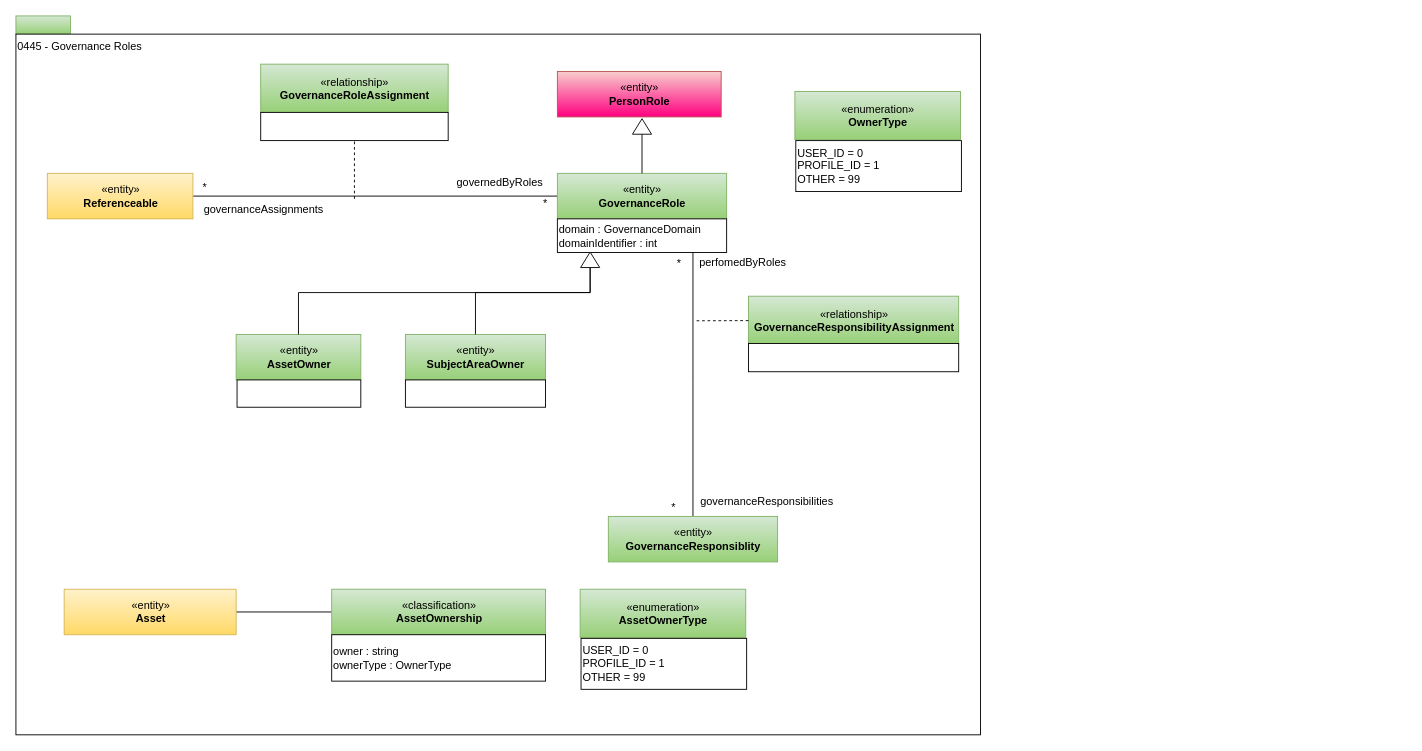
Above: page "0445-Governance-Roles" (17 of 28) of open-metadata-publication/website/open-metadata-types/area-4-governance.drawio in odpi/egeria (draw.io), before the change. Source tidied: cells renumbered, new cells numbered last; positions are measured from the earlier drawing's top-left corner, leaving out a move shared by most shapes. Both pictures are drawn from the tidied source at 91%, with x=0, y=0 at pixel (15, 15).
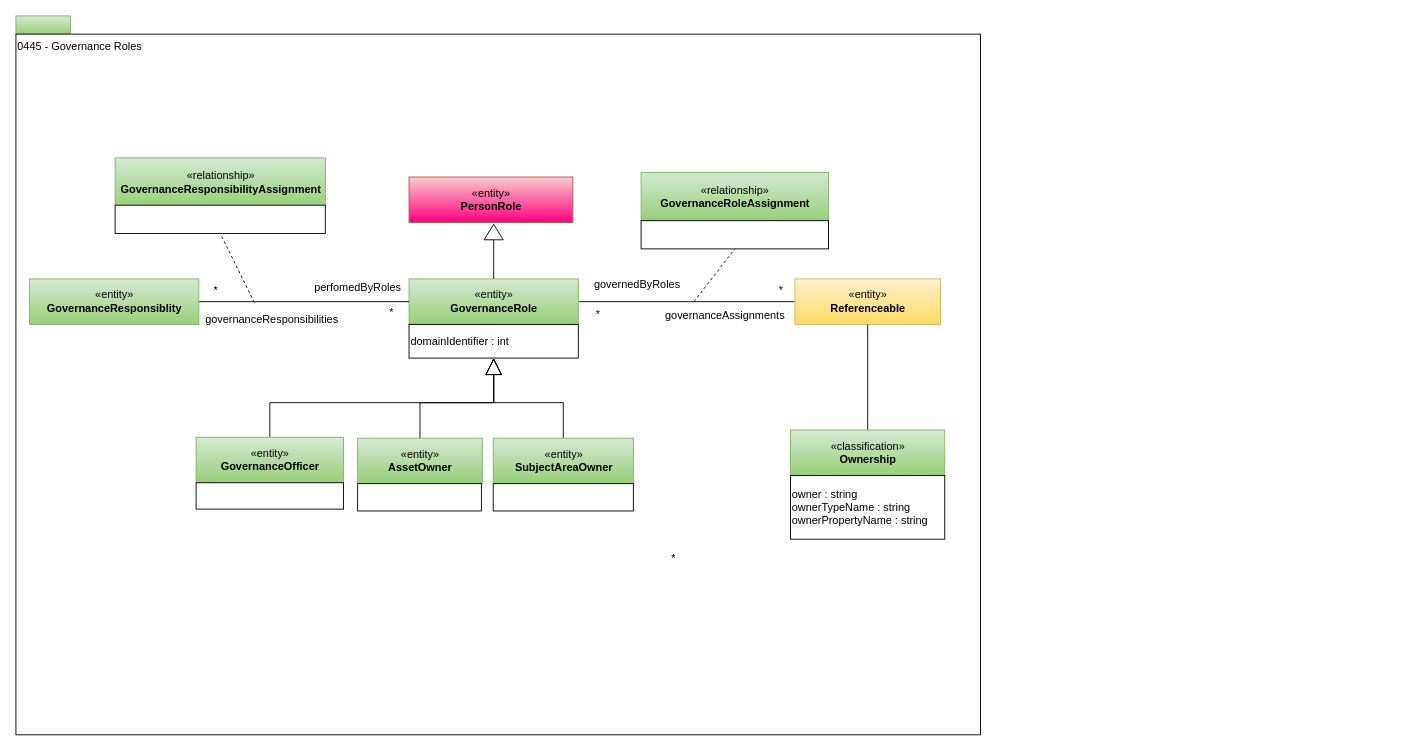
The same page after the edit.

Change to the diagram source:
```diff
@@
-    <mxCell id="4" style="edgeStyle=orthogonalEdgeStyle;rounded=0;html=1;exitX=1;exitY=0.5;entryX=0;entryY=0.5;jettySize=auto;endArrow=none;endFill=0;" parent="1" edge="1" source="5" target="6">
+    <mxCell id="4" style="edgeStyle=orthogonalEdgeStyle;rounded=0;html=1;entryX=1;entryY=0.5;jettySize=auto;endArrow=none;endFill=0;entryDx=0;entryDy=0;" parent="1" edge="1" source="5" target="6">
       <mxGeometry relative="1" as="geometry" />
     </mxCell>
     <mxCell id="5" value="«entity»&lt;br&gt;&lt;b&gt;Referenceable&lt;/b&gt;" style="html=1;strokeColor=#d6b656;align=center;fillColor=#fff2cc;gradientColor=#ffd966;" parent="1" vertex="1">
-      <mxGeometry x="34.5" y="173" width="160" height="50" as="geometry" />
+      <mxGeometry x="856" y="289" width="160" height="50" as="geometry" />
     </mxCell>
     <mxCell id="6" value="«entity»&lt;br&gt;&lt;b&gt;GovernanceRole&lt;/b&gt;" style="html=1;strokeColor=#82b366;align=center;fillColor=#d5e8d4;gradientColor=#97d077;" parent="1" vertex="1">
-      <mxGeometry x="595" y="173" width="186" height="50" as="geometry" />
+      <mxGeometry x="432" y="289" width="186" height="50" as="geometry" />
     </mxCell>
     <mxCell id="7" value="*" style="text;html=1;strokeColor=none;fillColor=none;align=center;verticalAlign=middle;whiteSpace=wrap;rounded=0;" parent="1" vertex="1">
-      <mxGeometry x="569" y="198" width="26" height="18" as="geometry" />
+      <mxGeometry x="400" y="317" width="26" height="18" as="geometry" />
     </mxCell>
     <mxCell id="8" value="«relationship»&lt;br&gt;&lt;b&gt;GovernanceRoleAssignment&lt;/b&gt;" style="html=1;strokeColor=#82b366;align=center;fillColor=#d5e8d4;gradientColor=#97d077;" parent="1" vertex="1">
-      <mxGeometry x="269" y="53" width="206" height="53" as="geometry" />
+      <mxGeometry x="687" y="172" width="206" height="53" as="geometry" />
     </mxCell>
-    <mxCell id="9" style="endArrow=none;dashed=1;html=1;" parent="1" edge="1" target="8">
+    <mxCell id="9" style="endArrow=none;dashed=1;html=1;entryX=0.5;entryY=1;entryDx=0;entryDy=0;" parent="1" edge="1" target="10">
       <mxGeometry relative="1" as="geometry">
-        <mxPoint x="372" y="201" as="sourcePoint" />
+        <mxPoint x="745" y="314" as="sourcePoint" />
       </mxGeometry>
     </mxCell>
     <mxCell id="10" style="rounded=0;whiteSpace=wrap;html=1;strokeColor=#000000;gradientColor=#ffffff;align=left;" parent="1" vertex="1">
-      <mxGeometry x="269" y="106" width="206" height="31" as="geometry" />
+      <mxGeometry x="687" y="225" width="206" height="31" as="geometry" />
     </mxCell>
     <mxCell id="11" value="governedByRoles" style="text;html=1;strokeColor=none;fillColor=none;align=center;verticalAlign=middle;whiteSpace=wrap;rounded=0;" parent="1" vertex="1">
-      <mxGeometry x="469" y="173" width="126" height="20" as="geometry" />
+      <mxGeometry x="620" y="286" width="126" height="20" as="geometry" />
     </mxCell>
     <mxCell id="12" value="governanceAssignments" style="text;html=1;strokeColor=none;fillColor=none;align=center;verticalAlign=middle;whiteSpace=wrap;rounded=0;" parent="1" vertex="1">
-      <mxGeometry x="204.5" y="203" width="135" height="20" as="geometry" />
+      <mxGeometry x="712" y="319" width="135" height="20" as="geometry" />
     </mxCell>
     <mxCell id="13" value="*" style="text;html=1;strokeColor=none;fillColor=none;align=center;verticalAlign=middle;whiteSpace=wrap;rounded=0;" parent="1" vertex="1">
-      <mxGeometry x="194.5" y="180" width="26" height="18" as="geometry" />
+      <mxGeometry x="828" y="293" width="26" height="18" as="geometry" />
     </mxCell>
     <mxCell id="14" value="«entity»&lt;br&gt;&lt;b&gt;PersonRole&lt;/b&gt;" style="html=1;strokeColor=#b85450;align=center;fillColor=#f8cecc;gradientColor=#FF0080;" parent="1" vertex="1">
-      <mxGeometry x="595" y="61" width="180" height="50" as="geometry" />
+      <mxGeometry x="432" y="177" width="180" height="50" as="geometry" />
     </mxCell>
@@
     <mxCell id="16" style="triangle;whiteSpace=wrap;html=1;strokeColor=#000000;gradientColor=#ffffff;align=center;rotation=-90;" parent="1" vertex="1">
-      <mxGeometry x="679.5" y="111" width="17" height="21" as="geometry" />
+      <mxGeometry x="516.5" y="227" width="17" height="21" as="geometry" />
     </mxCell>
-    <mxCell id="17" style="edgeStyle=orthogonalEdgeStyle;rounded=0;html=1;jettySize=auto;endArrow=none;endFill=0;" parent="1" edge="1" source="26">
-      <mxGeometry relative="1" as="geometry">
-        <mxPoint x="744" y="254" as="targetPoint" />
-      </mxGeometry>
+    <mxCell id="17" style="edgeStyle=orthogonalEdgeStyle;rounded=0;html=1;jettySize=auto;endArrow=none;endFill=0;entryX=0;entryY=0.5;entryDx=0;entryDy=0;" parent="1" edge="1" source="26" target="6">
+      <mxGeometry relative="1" as="geometry" />
     </mxCell>
     <mxCell id="18" value="*" style="text;html=1;strokeColor=none;fillColor=none;align=center;verticalAlign=middle;whiteSpace=wrap;rounded=0;" parent="1" vertex="1">
-      <mxGeometry x="715.5" y="263" width="26" height="18" as="geometry" />
+      <mxGeometry x="207" y="293" width="26" height="18" as="geometry" />
     </mxCell>
     <mxCell id="19" value="«relationship»&lt;br&gt;&lt;b&gt;GovernanceResponsibilityAssignment&lt;/b&gt;" style="html=1;strokeColor=#82b366;align=center;fillColor=#d5e8d4;gradientColor=#97d077;" parent="1" vertex="1">
-      <mxGeometry x="805" y="308" width="231" height="53" as="geometry" />
+      <mxGeometry x="109" y="156" width="231" height="53" as="geometry" />
     </mxCell>
-    <mxCell id="20" style="endArrow=none;dashed=1;html=1;" parent="1" edge="1" target="19">
+    <mxCell id="20" style="endArrow=none;dashed=1;html=1;entryX=0.5;entryY=1;entryDx=0;entryDy=0;" parent="1" edge="1" target="21">
       <mxGeometry relative="1" as="geometry">
-        <mxPoint x="748" y="335" as="sourcePoint" />
+        <mxPoint x="262" y="315" as="sourcePoint" />
       </mxGeometry>
     </mxCell>
     <mxCell id="21" style="rounded=0;whiteSpace=wrap;html=1;strokeColor=#000000;gradientColor=#ffffff;align=left;" parent="1" vertex="1">
-      <mxGeometry x="805" y="360" width="231" height="31" as="geometry" />
+      <mxGeometry x="109" y="208" width="231" height="31" as="geometry" />
     </mxCell>
     <mxCell id="22" value="perfomedByRoles" style="text;html=1;strokeColor=none;fillColor=none;align=center;verticalAlign=middle;whiteSpace=wrap;rounded=0;" parent="1" vertex="1">
-      <mxGeometry x="736" y="261" width="126" height="20" as="geometry" />
+      <mxGeometry x="313" y="289" width="126" height="20" as="geometry" />
     </mxCell>
     <mxCell id="23" value="governanceResponsibilities" style="text;html=1;strokeColor=none;fillColor=none;align=center;verticalAlign=middle;whiteSpace=wrap;rounded=0;" parent="1" vertex="1">
-      <mxGeometry x="758" y="524" width="135" height="20" as="geometry" />
+      <mxGeometry x="214" y="324" width="135" height="20" as="geometry" />
     </mxCell>
     <mxCell id="24" value="*" style="text;html=1;strokeColor=none;fillColor=none;align=center;verticalAlign=middle;whiteSpace=wrap;rounded=0;" parent="1" vertex="1">
-      <mxGeometry x="709.5" y="532" width="26" height="18" as="geometry" />
+      <mxGeometry x="710" y="588" width="26" height="18" as="geometry" />
     </mxCell>
-    <mxCell id="25" value="domain : GovernanceDomain&lt;br&gt;domainIdentifier : int" style="rounded=0;whiteSpace=wrap;html=1;strokeColor=#000000;gradientColor=#ffffff;align=left;" parent="1" vertex="1">
-      <mxGeometry x="595" y="223" width="186" height="37" as="geometry" />
+    <mxCell id="25" value="domainIdentifier : int" style="rounded=0;whiteSpace=wrap;html=1;strokeColor=#000000;gradientColor=#ffffff;align=left;" parent="1" vertex="1">
+      <mxGeometry x="432" y="339" width="186" height="37" as="geometry" />
     </mxCell>
     <mxCell id="26" value="«entity»&lt;br&gt;&lt;b&gt;GovernanceResponsiblity&lt;/b&gt;" style="html=1;strokeColor=#82b366;align=center;fillColor=#d5e8d4;gradientColor=#97d077;" parent="1" vertex="1">
-      <mxGeometry x="651" y="550" width="186" height="50" as="geometry" />
+      <mxGeometry x="15" y="289" width="186" height="50" as="geometry" />
     </mxCell>
+    <mxCell id="42" style="edgeStyle=orthogonalEdgeStyle;rounded=0;jettySize=auto;html=1;endArrow=block;endFill=0;endSize=16;" parent="1" edge="1" source="27" target="25">
+      <mxGeometry relative="1" as="geometry">
+        <Array as="points">
+          <mxPoint x="602" y="425" />
+          <mxPoint x="525" y="425" />
+        </Array>
+      </mxGeometry>
+    </mxCell>
     <mxCell id="27" value="«entity»&lt;br&gt;&lt;b&gt;SubjectAreaOwner&lt;/b&gt;" style="html=1;strokeColor=#82b366;align=center;fillColor=#d5e8d4;gradientColor=#97d077;" parent="1" vertex="1">
-      <mxGeometry x="428" y="350" width="154" height="50" as="geometry" />
+      <mxGeometry x="524.5" y="464" width="154" height="50" as="geometry" />
     </mxCell>
     <mxCell id="28" style="rounded=0;whiteSpace=wrap;html=1;align=left;" parent="1" vertex="1">
-      <mxGeometry x="428" y="400" width="154" height="30" as="geometry" />
+      <mxGeometry x="524.5" y="514" width="154" height="30" as="geometry" />
     </mxCell>
-    <mxCell id="29" style="edgeStyle=orthogonalEdgeStyle;rounded=0;html=1;exitX=0;exitY=0.5;entryX=0.5;entryY=0;jettySize=auto;endArrow=none;endFill=0;" parent="1" edge="1" source="30" target="27">
-      <mxGeometry relative="1" as="geometry">
-        <Array as="points">
-          <mxPoint x="631" y="304" />
-          <mxPoint x="505" y="304" />
-        </Array>
-      </mxGeometry>
-    </mxCell>
-    <mxCell id="30" style="triangle;whiteSpace=wrap;html=1;strokeColor=#000000;gradientColor=#ffffff;align=center;rotation=-90;" parent="1" vertex="1">
-      <mxGeometry x="622.5" y="257.5" width="17" height="21" as="geometry" />
-    </mxCell>
-    <mxCell id="31" style="edgeStyle=orthogonalEdgeStyle;rounded=0;jettySize=auto;html=1;exitX=0;exitY=0.5;exitDx=0;exitDy=0;endArrow=none;endFill=0;" parent="1" edge="1" source="32" target="33">
-      <mxGeometry relative="1" as="geometry" />
-    </mxCell>
-    <mxCell id="32" value="«classification»&lt;br&gt;&lt;b&gt;AssetOwnership&lt;/b&gt;" style="html=1;strokeColor=#82b366;align=center;fillColor=#d5e8d4;gradientColor=#97d077;" parent="1" vertex="1">
-      <mxGeometry x="347" y="630" width="235" height="50" as="geometry" />
-    </mxCell>
-    <mxCell id="33" value="«entity»&lt;br&gt;&lt;b&gt;Asset&lt;/b&gt;" style="html=1;strokeColor=#d6b656;align=center;fillColor=#fff2cc;gradientColor=#ffd966;" parent="1" vertex="1">
-      <mxGeometry x="53" y="630" width="189" height="50" as="geometry" />
-    </mxCell>
-    <mxCell id="34" value="owner : string&lt;br&gt;ownerType : OwnerType&lt;br&gt;&lt;div style=&quot;text-align: left&quot;&gt;&lt;/div&gt;" style="rounded=0;whiteSpace=wrap;html=1;strokeColor=#000000;gradientColor=#ffffff;align=left;" parent="1" vertex="1">
-      <mxGeometry x="347" y="680" width="235" height="51" as="geometry" />
-    </mxCell>
-    <mxCell id="35" value="«enumeration»&lt;br&gt;&lt;b&gt;OwnerType&lt;/b&gt;" style="html=1;strokeColor=#82b366;align=center;fillColor=#d5e8d4;gradientColor=#97d077;" parent="1" vertex="1">
-      <mxGeometry x="856" y="83" width="182" height="53" as="geometry" />
-    </mxCell>
-    <mxCell id="36" value="USER_ID = 0&lt;br&gt;PROFILE_ID = 1&lt;br&gt;OTHER = 99&lt;br&gt;" style="rounded=0;whiteSpace=wrap;html=1;strokeColor=#000000;gradientColor=#ffffff;align=left;" parent="1" vertex="1">
-      <mxGeometry x="857" y="137" width="182" height="56" as="geometry" />
-    </mxCell>
+    <mxCell id="43" style="edgeStyle=orthogonalEdgeStyle;rounded=0;jettySize=auto;html=1;exitX=0.5;exitY=0;exitDx=0;exitDy=0;entryX=0.5;entryY=1;entryDx=0;entryDy=0;endArrow=block;endFill=0;endSize=16;" parent="1" edge="1" source="37" target="25">
+      <mxGeometry relative="1" as="geometry" />
+    </mxCell>
     <mxCell id="37" value="«entity»&lt;br&gt;&lt;b&gt;AssetOwner&lt;/b&gt;" style="html=1;strokeColor=#82b366;align=center;fillColor=#d5e8d4;gradientColor=#97d077;" parent="1" vertex="1">
-      <mxGeometry x="242" y="350" width="137" height="50" as="geometry" />
+      <mxGeometry x="375.5" y="464" width="137" height="50" as="geometry" />
     </mxCell>
     <mxCell id="38" style="rounded=0;whiteSpace=wrap;html=1;align=left;" parent="1" vertex="1">
-      <mxGeometry x="243" y="400" width="136" height="30" as="geometry" />
+      <mxGeometry x="375.5" y="514" width="136" height="30" as="geometry" />
     </mxCell>
-    <mxCell id="39" style="edgeStyle=orthogonalEdgeStyle;rounded=0;html=1;exitX=0;exitY=0.5;entryX=0.5;entryY=0;jettySize=auto;endArrow=none;endFill=0;exitDx=0;exitDy=0;" parent="1" edge="1" source="30" target="37">
-      <mxGeometry relative="1" as="geometry">
-        <Array as="points">
-          <mxPoint x="631" y="304" />
-          <mxPoint x="311" y="304" />
-        </Array>
-      </mxGeometry>
-    </mxCell>
-    <mxCell id="40" value="«enumeration»&lt;br&gt;&lt;b&gt;AssetOwnerType&lt;/b&gt;" style="html=1;strokeColor=#82b366;align=center;fillColor=#d5e8d4;gradientColor=#97d077;" parent="1" vertex="1">
-      <mxGeometry x="620" y="630" width="182" height="53" as="geometry" />
-    </mxCell>
-    <mxCell id="41" value="USER_ID = 0&lt;br&gt;PROFILE_ID = 1&lt;br&gt;OTHER = 99&lt;br&gt;" style="rounded=0;whiteSpace=wrap;html=1;strokeColor=#000000;gradientColor=#ffffff;align=left;" parent="1" vertex="1">
-      <mxGeometry x="621" y="684" width="182" height="56" as="geometry" />
-    </mxCell>
+    <mxCell id="44" style="edgeStyle=orthogonalEdgeStyle;rounded=0;jettySize=auto;html=1;endArrow=none;endFill=0;entryX=0.5;entryY=1;entryDx=0;entryDy=0;" parent="1" edge="1" source="45" target="5">
+      <mxGeometry relative="1" as="geometry" />
+    </mxCell>
+    <mxCell id="45" value="«classification»&lt;br&gt;&lt;b&gt;Ownership&lt;/b&gt;" style="html=1;strokeColor=#82b366;align=center;fillColor=#d5e8d4;gradientColor=#97d077;" parent="1" vertex="1">
+      <mxGeometry x="851.2" y="455" width="169.5" height="50" as="geometry" />
+    </mxCell>
+    <mxCell id="46" value="owner : string&lt;br&gt;ownerTypeName : string&lt;br&gt;ownerPropertyName : string&lt;br&gt;&lt;div style=&quot;text-align: left&quot;&gt;&lt;/div&gt;" style="rounded=0;whiteSpace=wrap;html=1;strokeColor=#000000;gradientColor=#ffffff;align=left;" parent="1" vertex="1">
+      <mxGeometry x="851.2" y="505" width="169.5" height="70" as="geometry" />
+    </mxCell>
+    <mxCell id="47" style="edgeStyle=orthogonalEdgeStyle;rounded=0;orthogonalLoop=1;jettySize=auto;html=1;exitX=0.5;exitY=1;exitDx=0;exitDy=0;" parent="1" edge="1">
+      <mxGeometry relative="1" as="geometry">
+        <mxPoint x="1519.5" y="468" as="sourcePoint" />
+        <mxPoint x="1519.5" y="468" as="targetPoint" />
+      </mxGeometry>
+    </mxCell>
+    <mxCell id="48" value="*" style="text;html=1;strokeColor=none;fillColor=none;align=center;verticalAlign=middle;whiteSpace=wrap;rounded=0;" parent="1" vertex="1">
+      <mxGeometry x="627" y="319" width="26" height="18" as="geometry" />
+    </mxCell>
+    <mxCell id="49" style="edgeStyle=orthogonalEdgeStyle;rounded=0;jettySize=auto;html=1;endArrow=block;endFill=0;endSize=16;exitX=0.5;exitY=0;exitDx=0;exitDy=0;" parent="1" edge="1" source="50" target="25">
+      <mxGeometry relative="1" as="geometry">
+        <Array as="points">
+          <mxPoint x="279" y="425" />
+          <mxPoint x="525" y="425" />
+        </Array>
+      </mxGeometry>
+    </mxCell>
+    <mxCell id="50" value="«entity»&lt;br&gt;&lt;b&gt;GovernanceOfficer&lt;/b&gt;" style="html=1;strokeColor=#82b366;align=center;fillColor=#d5e8d4;gradientColor=#97d077;" parent="1" vertex="1">
+      <mxGeometry x="198" y="463" width="162" height="50" as="geometry" />
+    </mxCell>
+    <mxCell id="51" style="rounded=0;whiteSpace=wrap;html=1;strokeColor=#000000;gradientColor=#ffffff;align=left;" parent="1" vertex="1">
+      <mxGeometry x="198" y="513" width="162" height="29" as="geometry" />
+    </mxCell>
```
